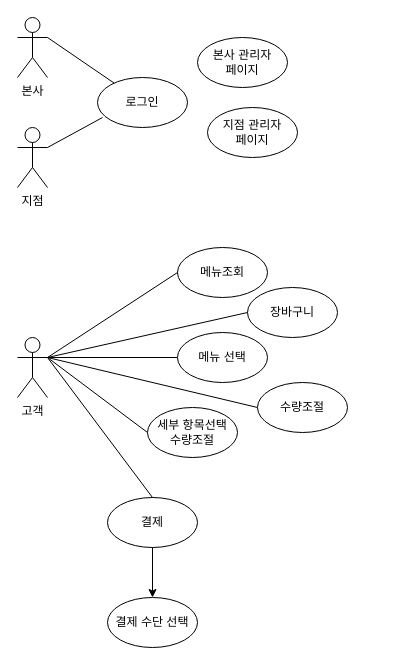
Above: 제목 없는 다이어그램.drawio in soboru3426/kiosk_FE (draw.io), before the change. Source tidied: cells renumbered, new cells numbered last; positions are measured from the earlier drawing's top-left corner, leaving out a move shared by most shapes. Both pictures are drawn from the tidied source at 100%, with x=0, y=0 at pixel (17, 17).
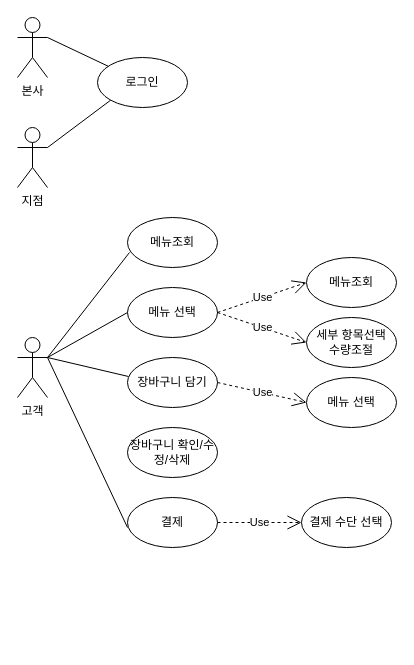
Above is the later version.

Commit message:
kiosk유스케이스

Unchanged cells that the change refers to:
```xml
<mxCell id="3" value="지점" style="shape=umlActor;verticalLabelPosition=bottom;verticalAlign=top;html=1;outlineConnect=0;" parent="1" vertex="1">
  <mxGeometry y="110" width="30" height="60" as="geometry" />
</mxCell>
<mxCell id="4" value="고객" style="shape=umlActor;verticalLabelPosition=bottom;verticalAlign=top;html=1;outlineConnect=0;" parent="1" vertex="1">
  <mxGeometry y="320" width="30" height="60" as="geometry" />
</mxCell>
```

Change to the diagram source:
```diff
@@
     <mxCell id="5" value="로그인" style="ellipse;whiteSpace=wrap;html=1;" parent="1" vertex="1">
-      <mxGeometry x="80" y="60" width="90" height="50" as="geometry" />
+      <mxGeometry x="80" y="40" width="90" height="50" as="geometry" />
     </mxCell>
@@
-    <mxCell id="7" style="endArrow=none;html=1;rounded=0;exitX=1;exitY=0.3333333333333333;exitDx=0;exitDy=0;exitPerimeter=0;entryX=0.056;entryY=0.8;entryDx=0;entryDy=0;entryPerimeter=0;" parent="1" edge="1" source="3" target="5">
+    <mxCell id="7" style="endArrow=none;html=1;rounded=0;exitX=1;exitY=0.3333333333333333;exitDx=0;exitDy=0;exitPerimeter=0;entryX=0;entryY=1;entryDx=0;entryDy=0;" parent="1" edge="1" source="3" target="5">
       <mxGeometry relative="1" as="geometry" />
     </mxCell>
     <mxCell id="8" value="메뉴조회" style="ellipse;whiteSpace=wrap;html=1;" parent="1" vertex="1">
-      <mxGeometry x="160" y="230" width="90" height="50" as="geometry" />
+      <mxGeometry x="289" y="240" width="90" height="50" as="geometry" />
     </mxCell>
-    <mxCell id="9" value="본사 관리자&lt;div&gt;페이지&lt;/div&gt;" style="ellipse;whiteSpace=wrap;html=1;" parent="1" vertex="1">
-      <mxGeometry x="180" y="20" width="90" height="50" as="geometry" />
-    </mxCell>
-    <mxCell id="10" value="지점 관리자&lt;div&gt;페이지&lt;/div&gt;" style="ellipse;whiteSpace=wrap;html=1;" parent="1" vertex="1">
-      <mxGeometry x="190" y="90" width="90" height="50" as="geometry" />
-    </mxCell>
-    <mxCell id="11" style="endArrow=none;html=1;rounded=0;exitX=1;exitY=0.3333333333333333;exitDx=0;exitDy=0;entryX=0;entryY=0.5;entryDx=0;entryDy=0;exitPerimeter=0;" parent="1" edge="1" source="4" target="8">
+    <mxCell id="11" style="endArrow=none;html=1;rounded=0;exitX=1;exitY=0.3333333333333333;exitDx=0;exitDy=0;entryX=0;entryY=0.5;entryDx=0;entryDy=0;exitPerimeter=0;" parent="1" edge="1" source="4" target="13">
       <mxGeometry relative="1" as="geometry" />
     </mxCell>
-    <mxCell id="12" style="endArrow=none;html=1;rounded=0;entryX=1;entryY=0.3333333333333333;entryDx=0;entryDy=0;exitX=0;exitY=0.5;exitDx=0;exitDy=0;entryPerimeter=0;" parent="1" edge="1" source="13" target="4">
-      <mxGeometry relative="1" as="geometry" />
-    </mxCell>
     <mxCell id="13" value="메뉴 선택" style="ellipse;whiteSpace=wrap;html=1;" parent="1" vertex="1">
-      <mxGeometry x="160" y="315" width="90" height="50" as="geometry" />
+      <mxGeometry x="110" y="270" width="90" height="50" as="geometry" />
     </mxCell>
     <mxCell id="14" value="세부 항목선택&lt;div&gt;수량조절&lt;/div&gt;" style="ellipse;whiteSpace=wrap;html=1;" parent="1" vertex="1">
-      <mxGeometry x="130" y="390" width="90" height="50" as="geometry" />
+      <mxGeometry x="289" y="300" width="90" height="50" as="geometry" />
     </mxCell>
-    <mxCell id="15" style="endArrow=none;html=1;rounded=0;entryX=0;entryY=0.5;entryDx=0;entryDy=0;" parent="1" edge="1" target="14">
-      <mxGeometry relative="1" as="geometry">
-        <mxPoint x="30" y="340" as="sourcePoint" />
-      </mxGeometry>
-    </mxCell>
-    <mxCell id="16" value="장바구니" style="ellipse;whiteSpace=wrap;html=1;" parent="1" vertex="1">
-      <mxGeometry x="230" y="270" width="90" height="50" as="geometry" />
+    <mxCell id="16" value="장바구니 담기" style="ellipse;whiteSpace=wrap;html=1;" parent="1" vertex="1">
+      <mxGeometry x="110" y="340" width="90" height="50" as="geometry" />
     </mxCell>
-    <mxCell id="17" style="endArrow=none;html=1;rounded=0;entryX=0;entryY=0.5;entryDx=0;entryDy=0;" parent="1" edge="1" target="16">
-      <mxGeometry relative="1" as="geometry">
-        <mxPoint x="30" y="340" as="sourcePoint" />
-      </mxGeometry>
-    </mxCell>
-    <mxCell id="18" style="endArrow=none;html=1;rounded=0;exitX=0;exitY=0.5;exitDx=0;exitDy=0;" parent="1" edge="1" source="19">
-      <mxGeometry relative="1" as="geometry">
-        <mxPoint x="30" y="340" as="targetPoint" />
-      </mxGeometry>
-    </mxCell>
-    <mxCell id="19" value="수량조절" style="ellipse;whiteSpace=wrap;html=1;" parent="1" vertex="1">
-      <mxGeometry x="240" y="365" width="90" height="50" as="geometry" />
-    </mxCell>
     <mxCell id="20" value="결제" style="ellipse;whiteSpace=wrap;html=1;" parent="1" vertex="1">
-      <mxGeometry x="90" y="480" width="90" height="50" as="geometry" />
+      <mxGeometry x="110" y="480" width="90" height="50" as="geometry" />
     </mxCell>
     <mxCell id="21" value="결제 수단 선택" style="ellipse;whiteSpace=wrap;html=1;" parent="1" vertex="1">
-      <mxGeometry x="90" y="580" width="90" height="50" as="geometry" />
+      <mxGeometry x="284" y="480" width="90" height="50" as="geometry" />
     </mxCell>
-    <mxCell id="22" style="endArrow=none;html=1;rounded=0;exitX=0.5;exitY=0;exitDx=0;exitDy=0;" parent="1" edge="1" source="20">
+    <mxCell id="22" style="endArrow=none;html=1;rounded=0;exitX=0;exitY=0.6;exitDx=0;exitDy=0;exitPerimeter=0;" parent="1" edge="1" source="20">
       <mxGeometry relative="1" as="geometry">
         <mxPoint x="30" y="340" as="targetPoint" />
       </mxGeometry>
     </mxCell>
+    <mxCell id="24" value="Use" style="endArrow=open;endSize=12;dashed=1;html=1;rounded=0;entryX=0;entryY=0.5;entryDx=0;entryDy=0;exitX=1;exitY=0.5;exitDx=0;exitDy=0;" parent="1" edge="1" source="13" target="8">
+      <mxGeometry relative="1" as="geometry" />
+    </mxCell>
+    <mxCell id="25" value="Use" style="endArrow=open;endSize=12;dashed=1;html=1;rounded=0;entryX=0;entryY=0.5;entryDx=0;entryDy=0;exitX=1;exitY=0.5;exitDx=0;exitDy=0;" parent="1" edge="1" source="13" target="14">
+      <mxGeometry relative="1" as="geometry" />
+    </mxCell>
+    <mxCell id="26" value="메뉴조회" style="ellipse;whiteSpace=wrap;html=1;" parent="1" vertex="1">
+      <mxGeometry x="110" y="200" width="90" height="50" as="geometry" />
+    </mxCell>
+    <mxCell id="27" style="endArrow=none;html=1;rounded=0;exitX=1;exitY=0.3333333333333333;exitDx=0;exitDy=0;entryX=0.022;entryY=0.7;entryDx=0;entryDy=0;exitPerimeter=0;entryPerimeter=0;" parent="1" edge="1" source="4" target="26">
+      <mxGeometry relative="1" as="geometry" />
+    </mxCell>
-    <mxCell id="23" style="endArrow=classic;html=1;rounded=0;exitX=0.5;exitY=1;exitDx=0;exitDy=0;" parent="1" edge="1" source="20" target="21">
+    <mxCell id="23" value="Use" style="endArrow=open;endSize=12;dashed=1;html=1;rounded=0;entryX=0;entryY=0.5;entryDx=0;entryDy=0;exitX=1;exitY=0.5;exitDx=0;exitDy=0;" parent="1" edge="1" source="20" target="21">
       <mxGeometry relative="1" as="geometry" />
     </mxCell>
+    <mxCell id="28" style="endArrow=none;html=1;rounded=0;entryX=0.011;entryY=0.38;entryDx=0;entryDy=0;entryPerimeter=0;exitX=1;exitY=0.3333333333333333;exitDx=0;exitDy=0;exitPerimeter=0;" parent="1" edge="1" source="4" target="16">
+      <mxGeometry relative="1" as="geometry" />
+    </mxCell>
+    <mxCell id="29" value="메뉴 선택" style="ellipse;whiteSpace=wrap;html=1;" parent="1" vertex="1">
+      <mxGeometry x="289" y="360" width="90" height="50" as="geometry" />
+    </mxCell>
+    <mxCell id="30" value="Use" style="endArrow=open;endSize=12;dashed=1;html=1;rounded=0;entryX=0;entryY=0.5;entryDx=0;entryDy=0;exitX=1;exitY=0.5;exitDx=0;exitDy=0;" parent="1" edge="1" source="16" target="29">
+      <mxGeometry relative="1" as="geometry" />
+    </mxCell>
+    <mxCell id="31" value="장바구니 확인/수정/삭제" style="ellipse;whiteSpace=wrap;html=1;" parent="1" vertex="1">
+      <mxGeometry x="110" y="410" width="90" height="50" as="geometry" />
+    </mxCell>
```
